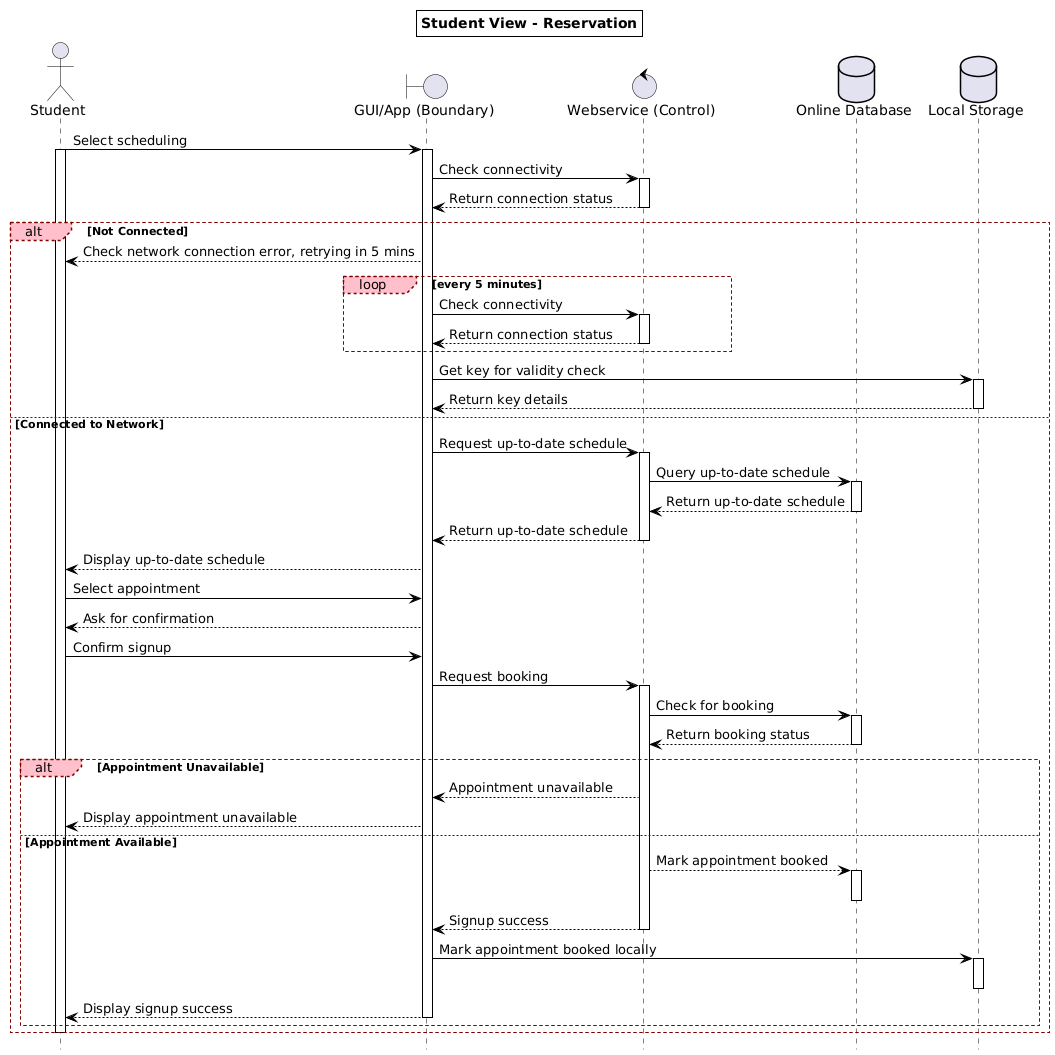
The PlantUML diagram uml/sequence1/student/png/student_schedule_appt.png in sebastien-andre/capstone1, before a commit.
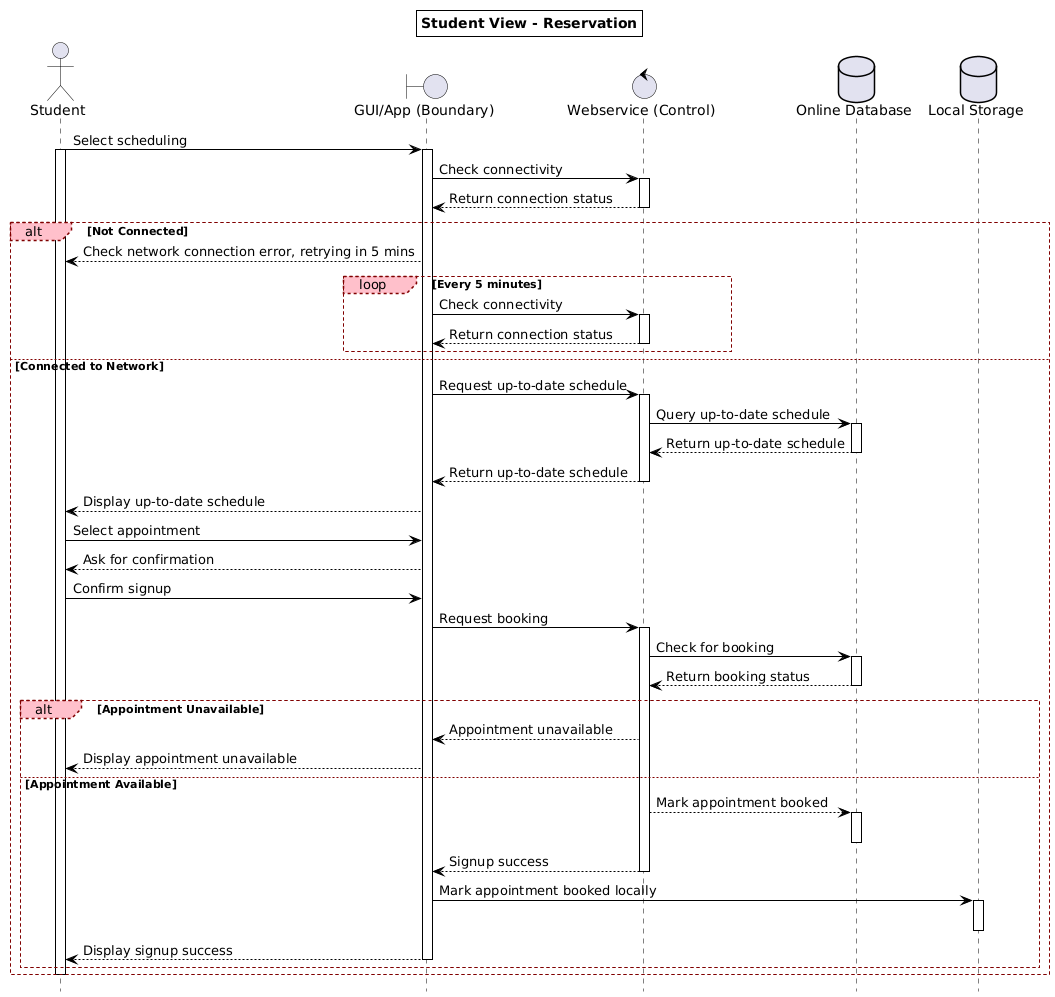
After the change.

Diff of the diagram source:
```diff
@@ -47,16 +47,13 @@
 
 alt Not Connected
     gui --> s: Check network connection error, retrying in 5 mins
-    loop every 5 minutes
+    loop Every 5 minutes
         gui -> ws: Check connectivity
         activate ws
         ws --> gui: Return connection status
         deactivate ws
     end
-    gui -> ls: Get key for validity check
-    activate ls
-    ls --> gui: Return key details
-    deactivate ls
+
 
 else Connected to Network
     gui -> ws: Request up-to-date schedule
```
